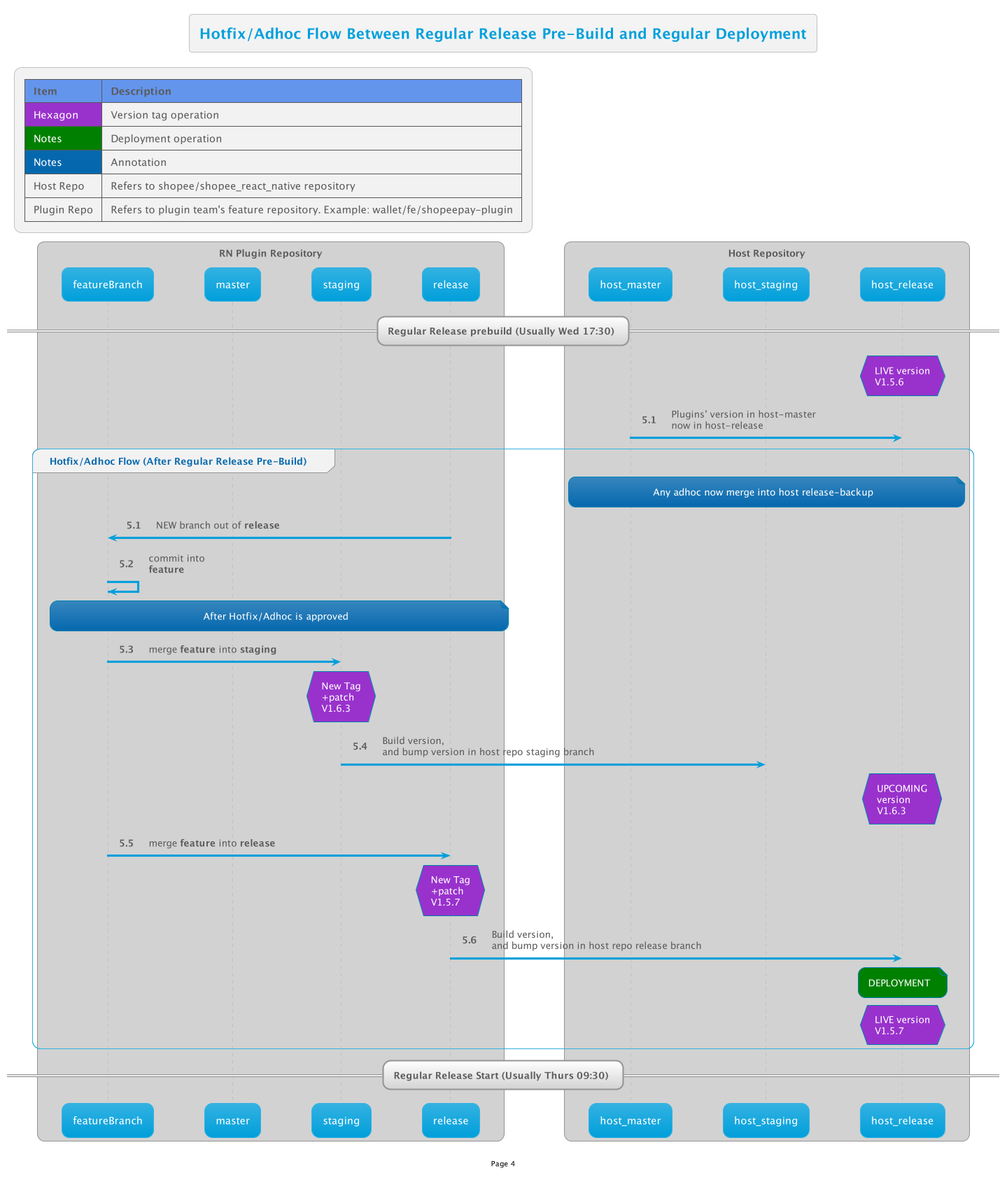
This is out/RNReview/CodeMergeFlow/4/4.png from thetomitomo/diagrams, a PlantUML export, as it was before one commit.
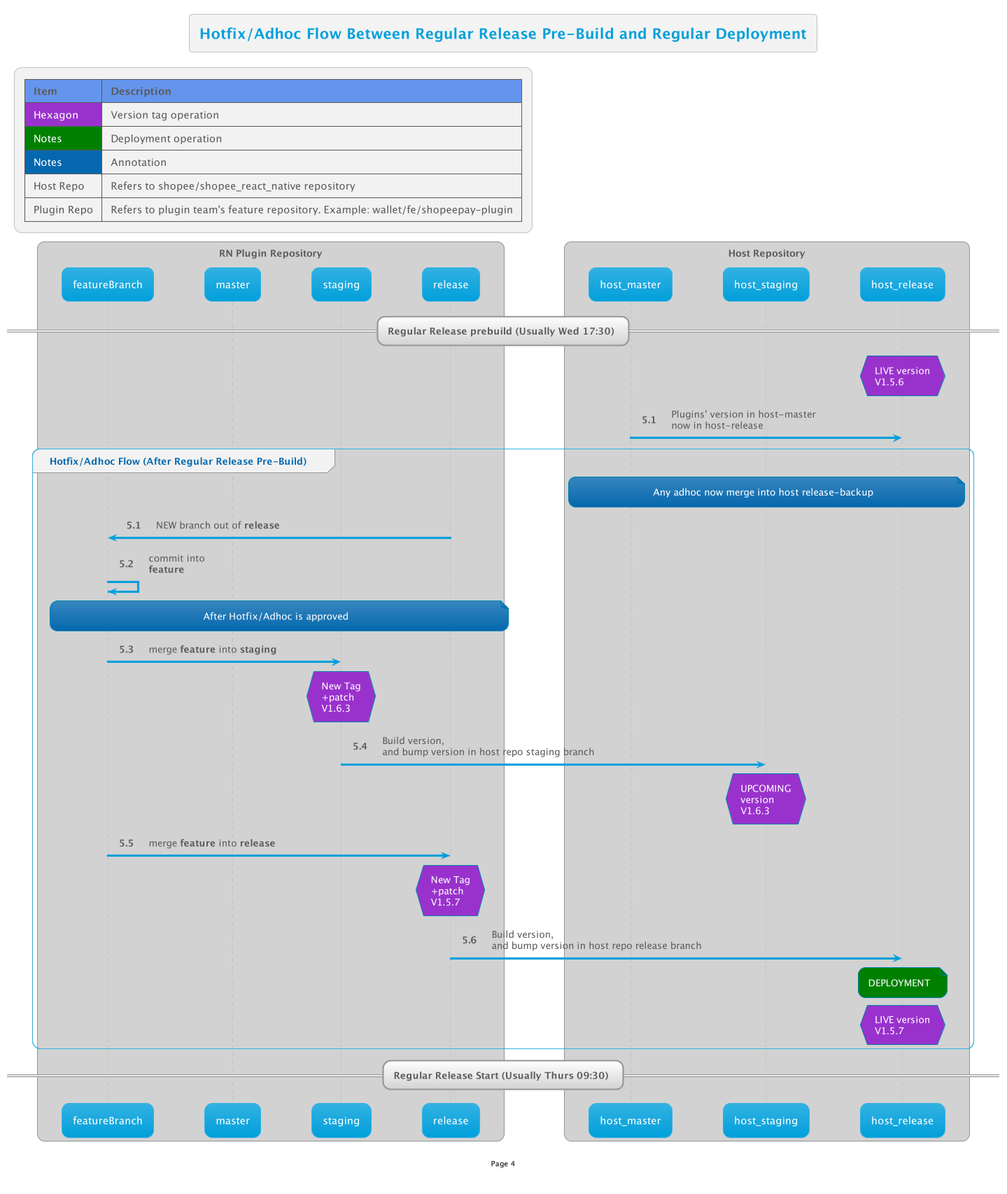
Above is the later version.

Change to the diagram source:
```diff
@@ -22,7 +22,7 @@
     FB -> staging: merge <b>feature</b> into <b>staging</b>
     hnote over staging #DarkOrchid:New Tag\n+patch\nV1.6.3
     staging -> host_staging: Build version,\nand bump version in host repo staging branch
-    hnote over host_release #DarkOrchid: UPCOMING\nversion\nV1.6.3
+    hnote over host_staging #DarkOrchid: UPCOMING\nversion\nV1.6.3
 
     FB -> release: merge <b>feature</b> into <b>release</b>
     hnote over release #DarkOrchid:New Tag\n+patch\nV1.5.7
```
